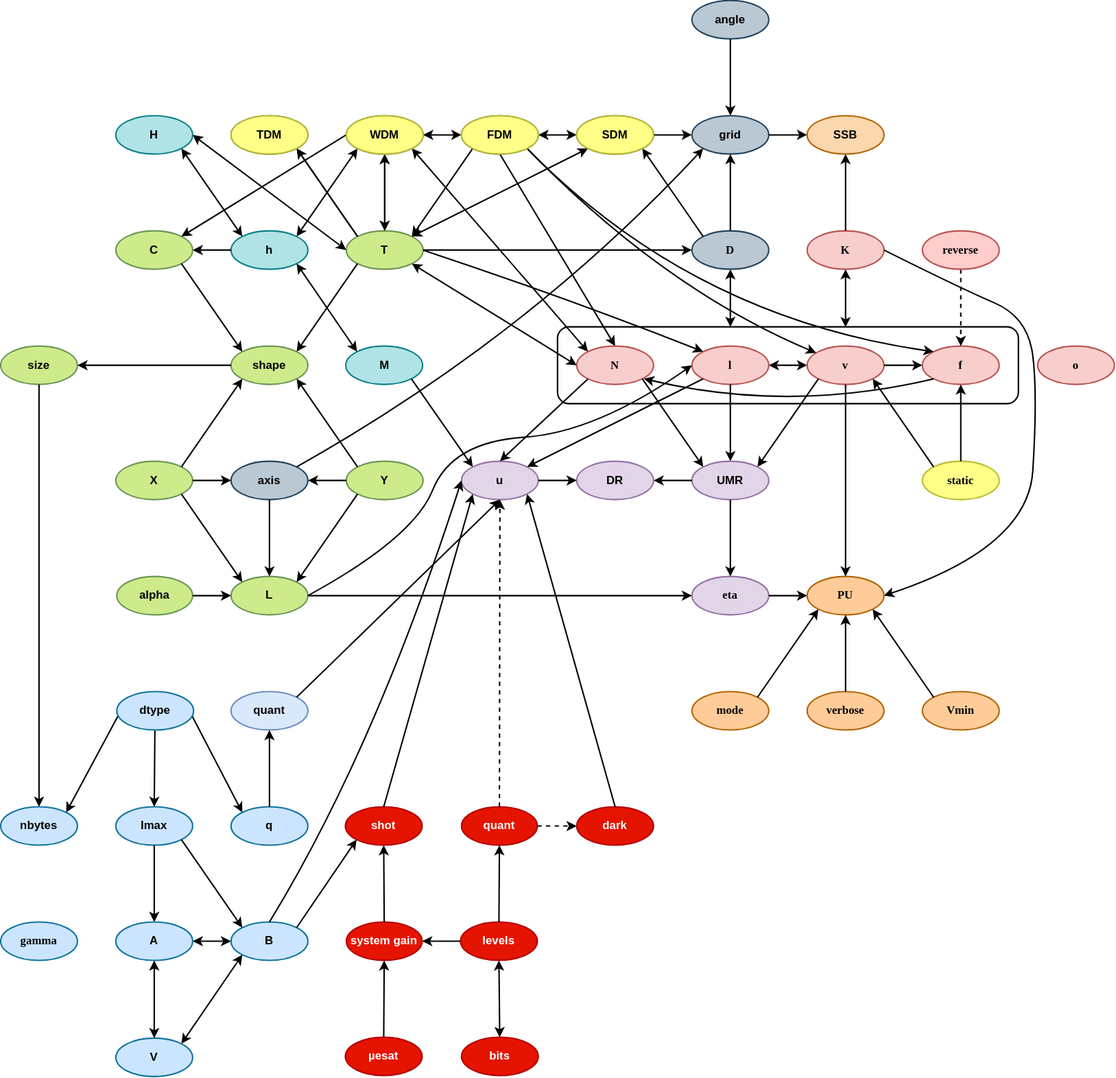
The draw.io diagram docs/interdependencies.svg in comimag/Fringes, before a commit. Source tidied: cells renumbered, new cells last; positions are measured from the earlier drawing's top-left corner, leaving out a move shared by most shapes.
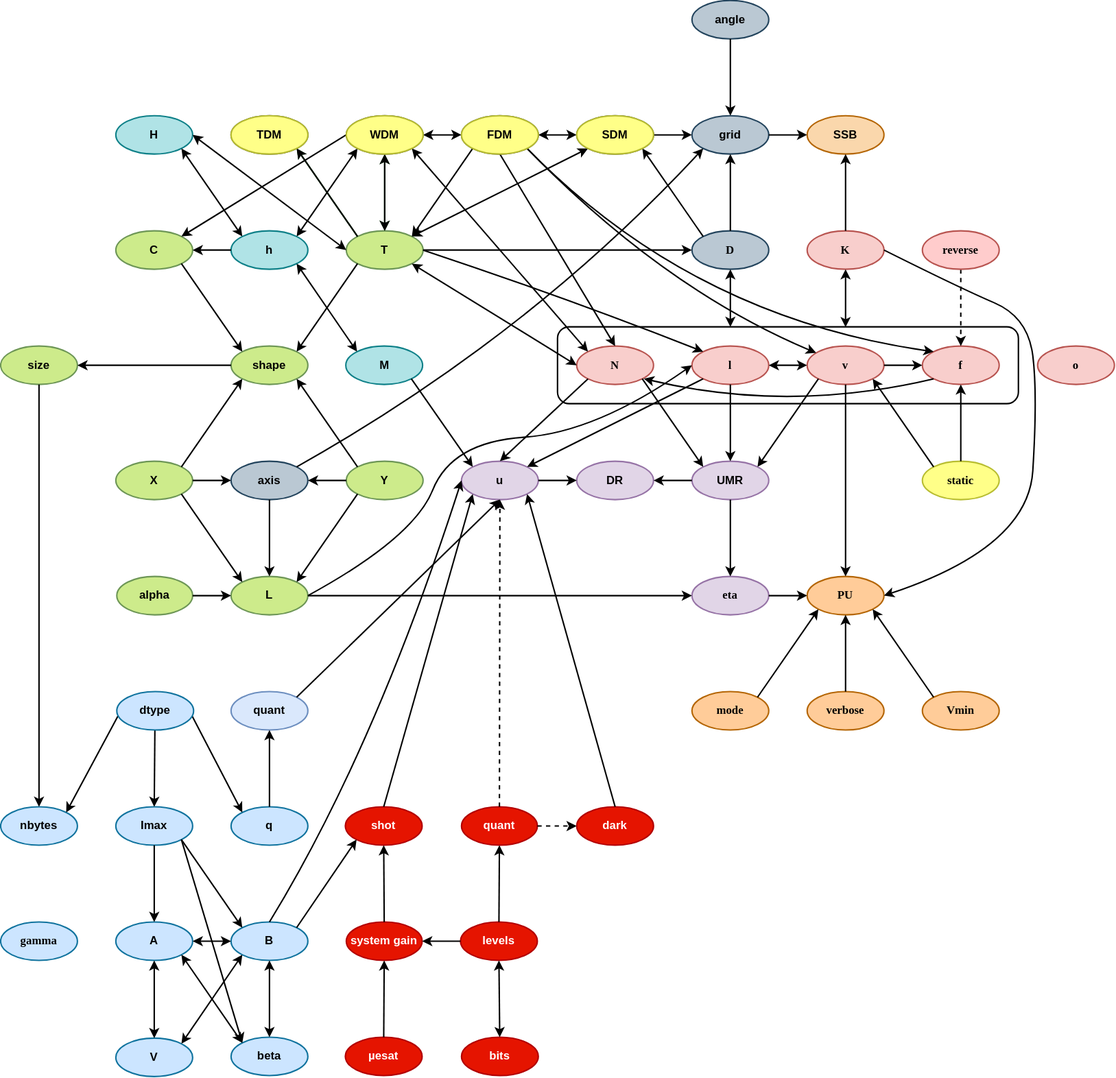
The same file after the commit.

Change to the diagram source:
```diff
@@ -488,5 +488,17 @@
         </Array>
       </mxGeometry>
     </mxCell>
+    <mxCell id="146" value="beta" style="ellipse;whiteSpace=wrap;html=1;fontStyle=1;fillColor=#cce5ff;strokeColor=#10739E;shadow=0;strokeWidth=1.5;labelBorderColor=none;" parent="1" vertex="1">
+      <mxGeometry x="240" y="1080" width="80" height="40" as="geometry" />
+    </mxCell>
+    <mxCell id="147" style="endArrow=classic;startArrow=classic;html=1;curved=1;fontStyle=1;shadow=0;strokeWidth=1.5;labelBorderColor=none;fillColor=#cce5ff;strokeColor=#000000;entryX=0.5;entryY=1;entryDx=0;entryDy=0;" parent="1" edge="1" source="146" target="78">
+      <mxGeometry relative="1" as="geometry" />
+    </mxCell>
+    <mxCell id="148" style="endArrow=classic;startArrow=classic;html=1;curved=1;fontStyle=1;shadow=0;strokeWidth=1.5;labelBorderColor=none;fillColor=#cce5ff;strokeColor=#000000;entryX=1;entryY=1;entryDx=0;entryDy=0;exitX=0;exitY=0;exitDx=0;exitDy=0;" parent="1" edge="1" source="146" target="77">
+      <mxGeometry relative="1" as="geometry" />
+    </mxCell>
+    <mxCell id="149" style="endArrow=classic;html=1;curved=1;exitX=1;exitY=1;exitDx=0;exitDy=0;fontStyle=1;shadow=0;strokeWidth=1.5;labelBorderColor=none;entryX=0;entryY=0;entryDx=0;entryDy=0;" parent="1" edge="1" source="71" target="146">
+      <mxGeometry relative="1" as="geometry" />
+    </mxCell>
   </root>
 </mxGraphModel>
```
